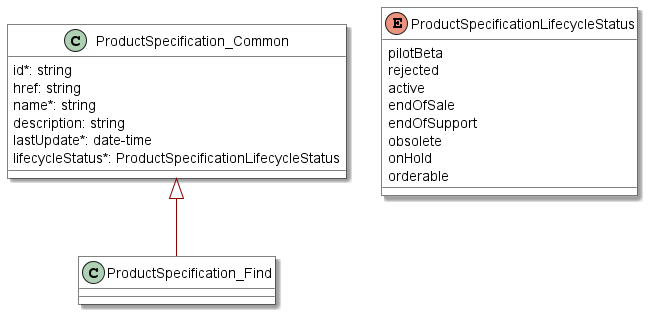
This is documentation/productApi/catalog/media/specificationModel_find.png from MEF-GIT/MEF-LSO-Sonata-SDK, a PlantUML export, as it was before one commit.
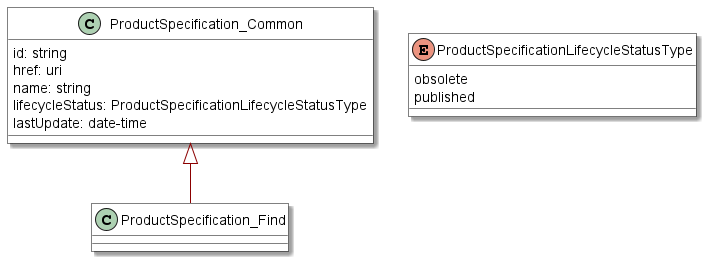
Above is the later version.

Diff of the diagram source:
```diff
@@ -10,29 +10,23 @@
 }
 
 class ProductSpecification_Common {
-    id*: string
-    href: string
-    name*: string
-    description: string
-    lastUpdate*: date-time
-    lifecycleStatus*: ProductSpecificationLifecycleStatus
+
+    id: string
+    href: uri
+    name: string
+    lifecycleStatus: ProductSpecificationLifecycleStatusType
+    lastUpdate: date-time
 }
 
-class  ProductSpecification_Find {
+class ProductSpecification_Find {
 
 }
-
 ProductSpecification_Common <|-- ProductSpecification_Find
 
-enum ProductSpecificationLifecycleStatus {
-    pilotBeta
-    rejected
-    active
-    endOfSale
-    endOfSupport
+enum ProductSpecificationLifecycleStatusType {
+
     obsolete
-    onHold
-    orderable
+    published
 }
 
 @enduml
```
